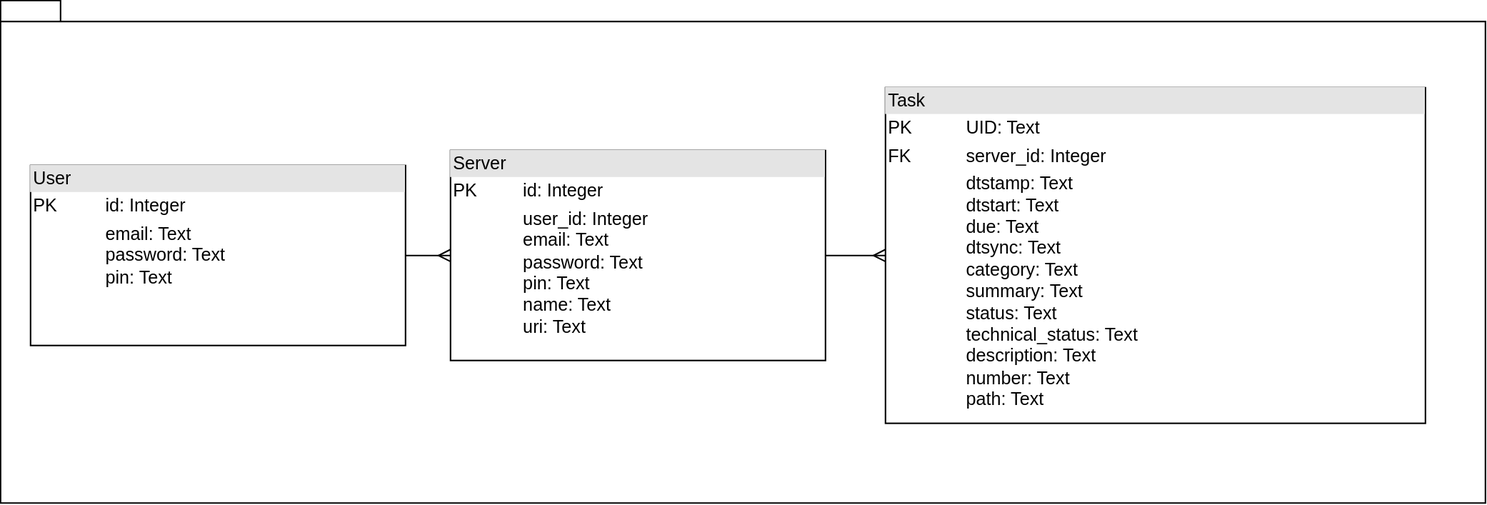
SUAI-TaskPlanner-Contest/TaskPlanner keeps this draw.io diagram as Documentation/DatabaseScheme/Images/db_scheme.svg. Above is the earlier version. Source tidied: cells renumbered, new cells last; positions are measured from the earlier drawing's top-left corner, leaving out a move shared by most shapes.
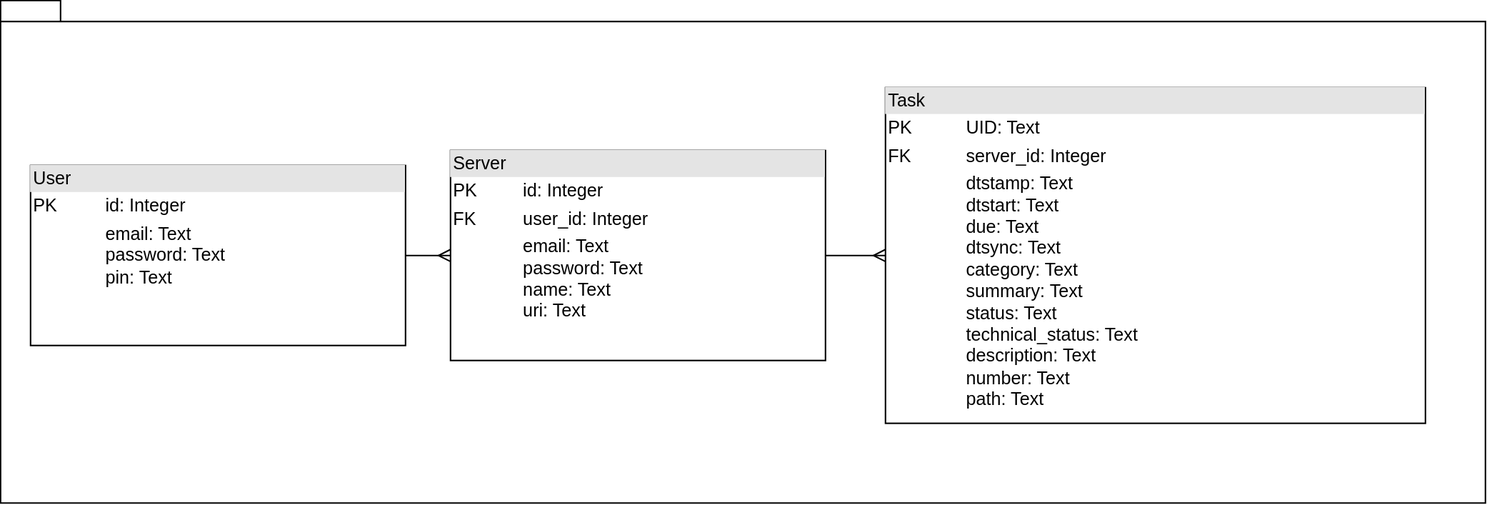
The same diagram one commit later.

Commit message:
update database scheme

Diff of the diagram source:
```diff
@@ -5,7 +5,7 @@
     <mxCell id="2" style="shape=folder;fontStyle=1;spacingTop=10;tabWidth=40;tabHeight=14;tabPosition=left;html=1;" parent="1" vertex="1">
       <mxGeometry width="990" height="335" as="geometry" />
     </mxCell>
-    <mxCell id="3" value="&lt;div style=&quot;box-sizing:border-box;width:100%;background:#e4e4e4;padding:2px;&quot;&gt;Server&lt;/div&gt;&lt;table style=&quot;width:100%;font-size:1em;&quot; cellpadding=&quot;2&quot; cellspacing=&quot;0&quot;&gt;&lt;tbody&gt;&lt;tr&gt;&lt;td&gt;PK&lt;/td&gt;&lt;td&gt;id: Integer&lt;/td&gt;&lt;/tr&gt;&lt;tr&gt;&lt;td&gt;&lt;/td&gt;&lt;td&gt;user_id: Integer&lt;br&gt;email: Text&lt;br style=&quot;border-color: var(--border-color);&quot;&gt;password: Text&lt;br&gt;pin: Text&lt;br style=&quot;border-color: var(--border-color);&quot;&gt;name: Text&lt;br style=&quot;border-color: var(--border-color);&quot;&gt;uri: Text&lt;br&gt;&lt;/td&gt;&lt;/tr&gt;&lt;tr&gt;&lt;td&gt;&lt;br&gt;&lt;/td&gt;&lt;td&gt;&lt;br&gt;&lt;/td&gt;&lt;/tr&gt;&lt;/tbody&gt;&lt;/table&gt;" style="verticalAlign=top;align=left;overflow=fill;html=1;" parent="1" vertex="1">
+    <mxCell id="3" value="&lt;div style=&quot;box-sizing:border-box;width:100%;background:#e4e4e4;padding:2px;&quot;&gt;Server&lt;/div&gt;&lt;table style=&quot;width:100%;font-size:1em;&quot; cellpadding=&quot;2&quot; cellspacing=&quot;0&quot;&gt;&lt;tbody&gt;&lt;tr&gt;&lt;td&gt;PK&lt;/td&gt;&lt;td&gt;id: Integer&lt;/td&gt;&lt;/tr&gt;&lt;tr&gt;&lt;td&gt;FK&lt;/td&gt;&lt;td&gt;user_id: Integer&lt;/td&gt;&lt;/tr&gt;&lt;tr&gt;&lt;td&gt;&lt;/td&gt;&lt;td&gt;email: Text&lt;br style=&quot;border-color: var(--border-color);&quot;&gt;&lt;span style=&quot;border-color: var(--border-color);&quot;&gt;password: Text&lt;/span&gt;&lt;br style=&quot;border-color: var(--border-color);&quot;&gt;&lt;span style=&quot;border-color: var(--border-color);&quot;&gt;name: Text&lt;/span&gt;&lt;br style=&quot;border-color: var(--border-color);&quot;&gt;&lt;span style=&quot;border-color: var(--border-color);&quot;&gt;uri: Text&lt;/span&gt;&lt;br&gt;&lt;/td&gt;&lt;/tr&gt;&lt;/tbody&gt;&lt;/table&gt;" style="verticalAlign=top;align=left;overflow=fill;html=1;" parent="1" vertex="1">
       <mxGeometry x="300" y="100" width="250" height="140" as="geometry" />
     </mxCell>
     <mxCell id="4" style="edgeStyle=entityRelationEdgeStyle;fontSize=12;html=1;endArrow=ERmany;rounded=0;exitX=1;exitY=0.5;exitDx=0;exitDy=0;entryX=0;entryY=0.5;entryDx=0;entryDy=0;" parent="1" edge="1" source="3" target="5">
```
